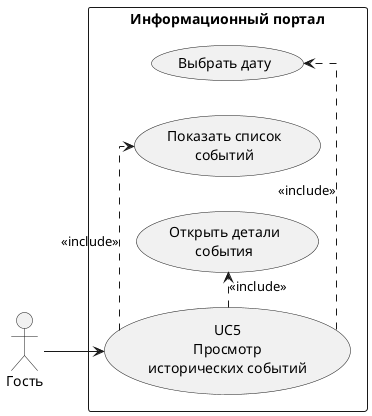
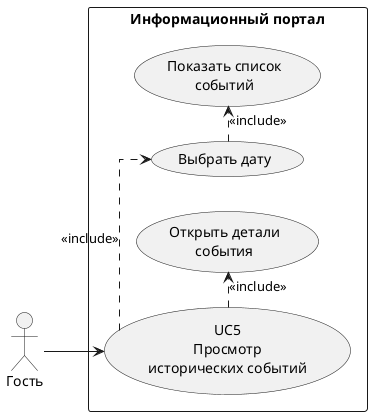
@startuml
left to right direction
skinparam packageStyle rectangle
skinparam linetype ortho
skinparam shadowing false

actor Guest as "Гость"

rectangle "Информационный портал" as System {
  usecase "UC5\nПросмотр\nисторических событий" as UC5
  usecase "Выбрать дату" as UC5A
  usecase "Показать список\nсобытий" as UC5B
  usecase "Открыть детали\nсобытия" as UC5C
}

Guest --> UC5
UC5 .> UC5A : <<include>>
- UC5 .> UC5B : <<include>>
+ UC5A .> UC5B : <<include>>
UC5 .> UC5C : <<include>>
@enduml
